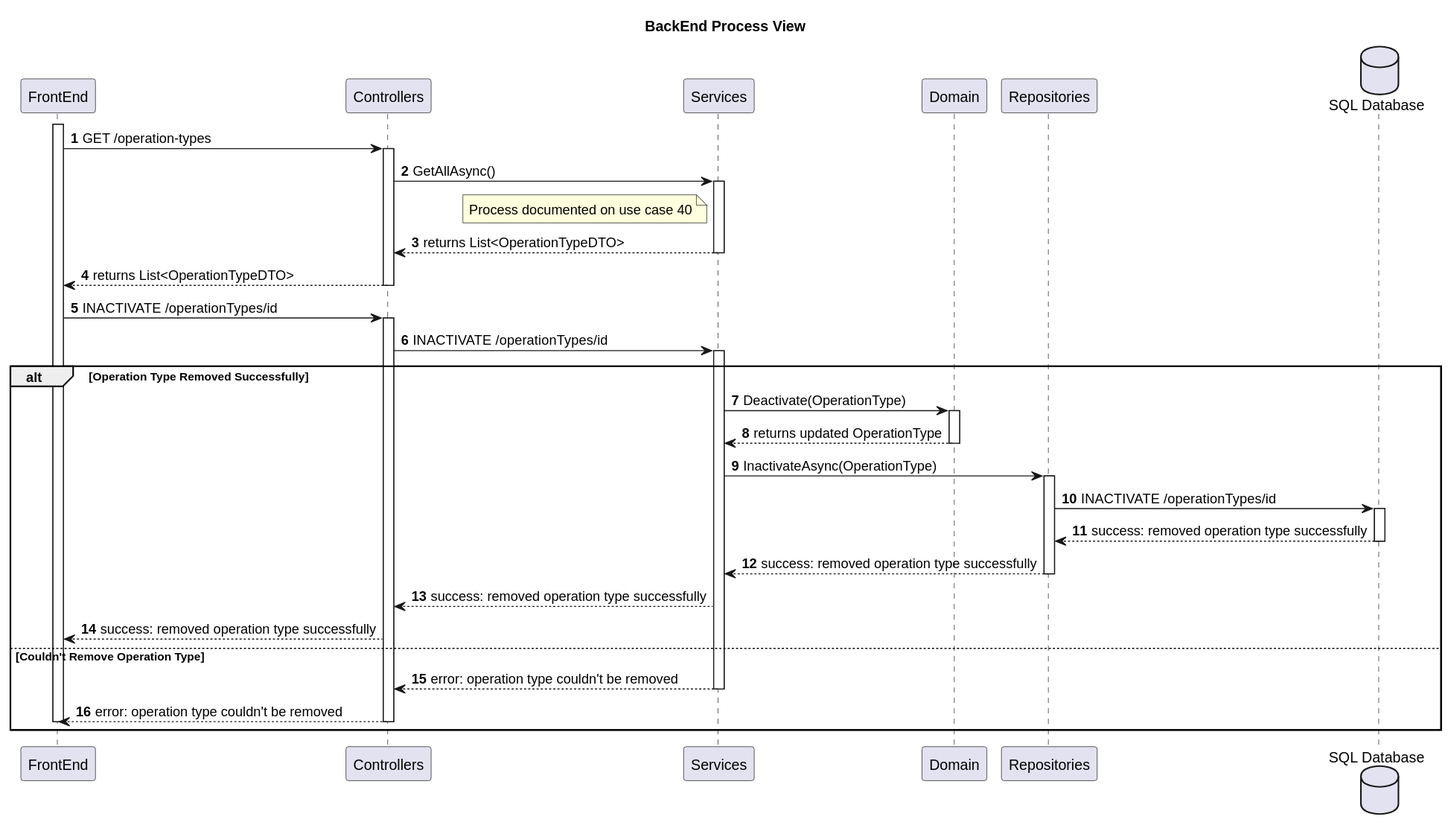
This is Wiki/SprintA/diagrams/use-cases/33-remove-operation-types/level3/backend-process-view.svg from MiguelCardoso77/SurgicalSync-BackEnd, a PlantUML export, as it was before one commit. Its diagram source:
```plantuml
@startuml
autonumber

title BackEnd Process View

participant "FrontEnd" as FE
participant "Controllers" as CN
participant "Services" as SV
participant "Domain" as DM
participant "Repositories" as REPO
database "SQL Database" as SQL

activate FE
    FE -> CN : GET /operation-types
    activate CN

        CN -> SV : GetAllAsync()
        activate SV

            note left of SV
                Process documented on use case 40
            end note
            SV --> CN : returns List<OperationTypeDTO>
        deactivate SV

        CN --> FE : returns List<OperationTypeDTO>
    deactivate CN

    FE -> CN: INACTIVATE /operationTypes/id
    activate CN

        CN -> SV : INACTIVATE /operationTypes/id
        activate SV

alt Operation Type Removed Successfully

            SV -> DM : Deactivate(OperationType)
            activate DM

                DM --> SV : returns updated OperationType
            deactivate DM

            SV -> REPO : InactivateAsync(OperationType)
            activate REPO

                REPO -> SQL : INACTIVATE /operationTypes/id
                activate SQL

                    SQL --> REPO : success: removed operation type successfully
                deactivate SQL

                REPO --> SV : success: removed operation type successfully
            deactivate REPO


            SV --> CN : success: removed operation type successfully
        FE <-- CN: success: removed operation type successfully

else Couldn't Remove Operation Type

            SV --> CN : error: operation type couldn't be removed
        deactivate SV
        FE <-- CN: error: operation type couldn't be removed
    deactivate CN

deactivate FE
end
@enduml
```
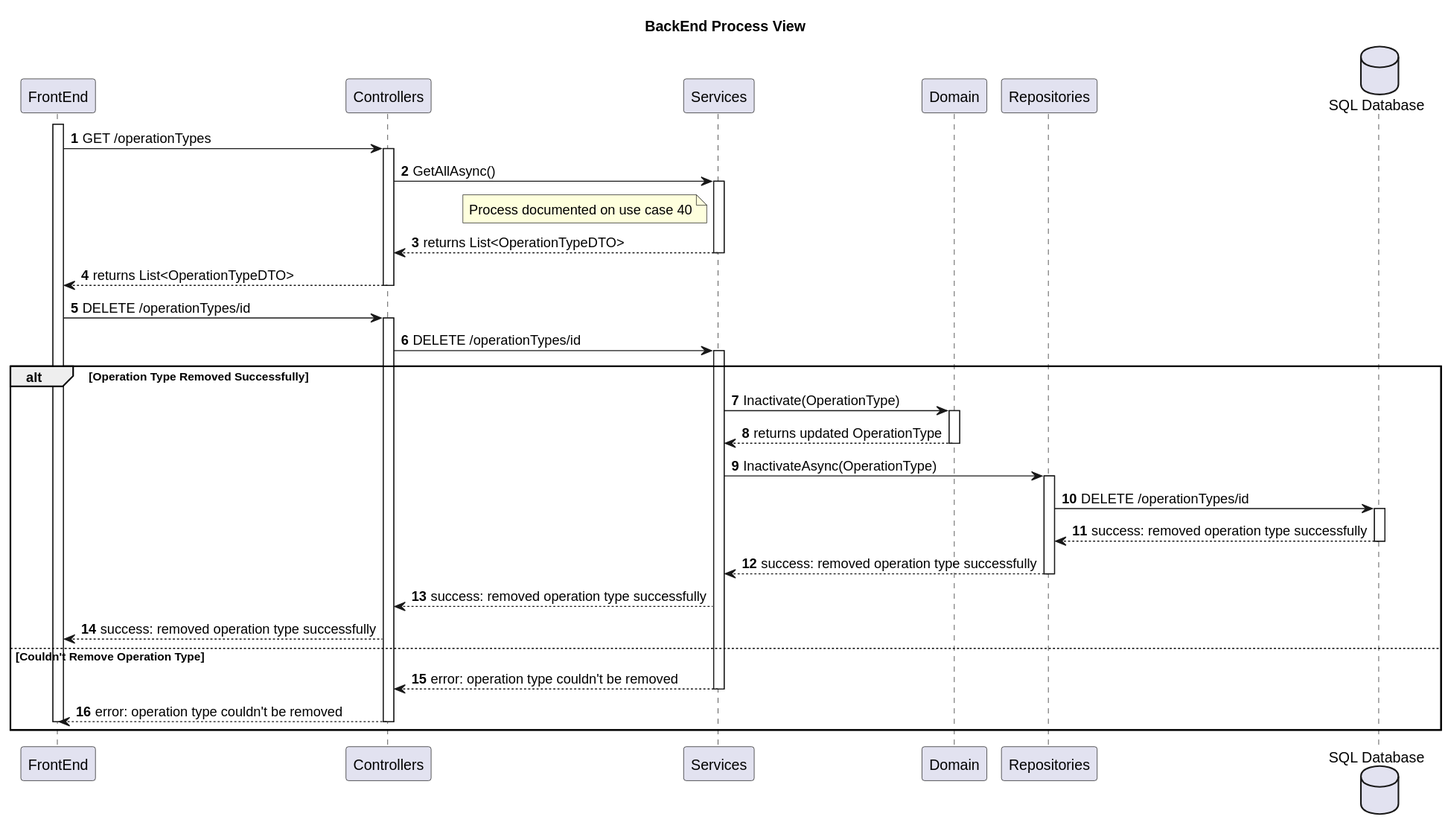
Later version of the same file.

Diff of the diagram source:
```diff
@@ -11,7 +11,7 @@
 database "SQL Database" as SQL
 
 activate FE
-    FE -> CN : GET /operation-types
+    FE -> CN : GET /operationTypes
     activate CN
 
         CN -> SV : GetAllAsync()
@@ -26,15 +26,15 @@
         CN --> FE : returns List<OperationTypeDTO>
     deactivate CN
 
-    FE -> CN: INACTIVATE /operationTypes/id
+    FE -> CN: DELETE /operationTypes/id
     activate CN
 
-        CN -> SV : INACTIVATE /operationTypes/id
+        CN -> SV : DELETE /operationTypes/id
         activate SV
 
 alt Operation Type Removed Successfully
 
-            SV -> DM : Deactivate(OperationType)
+            SV -> DM : Inactivate(OperationType)
             activate DM
 
                 DM --> SV : returns updated OperationType
@@ -43,7 +43,7 @@
             SV -> REPO : InactivateAsync(OperationType)
             activate REPO
 
-                REPO -> SQL : INACTIVATE /operationTypes/id
+                REPO -> SQL : DELETE /operationTypes/id
                 activate SQL
 
                     SQL --> REPO : success: removed operation type successfully
```
